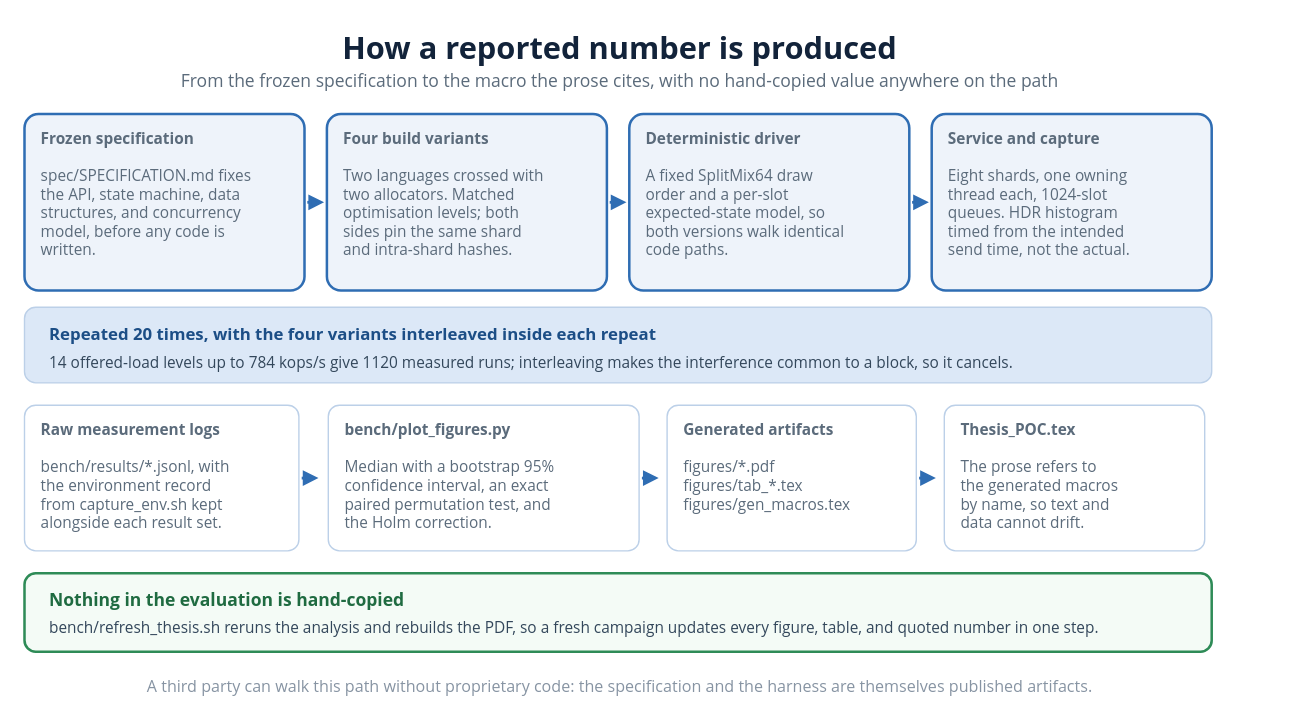
This is diagrams/20_benchmark_harness.drawio from VienThanh12/Master-Thesis, a draw.io file, before an edit. Source tidied: cells renumbered, new cells numbered last; positions are measured from the earlier drawing's top-left corner, leaving out a move shared by most shapes. Both pictures are drawn from the tidied source at 140%, with x=0, y=0 at pixel (24, 22).
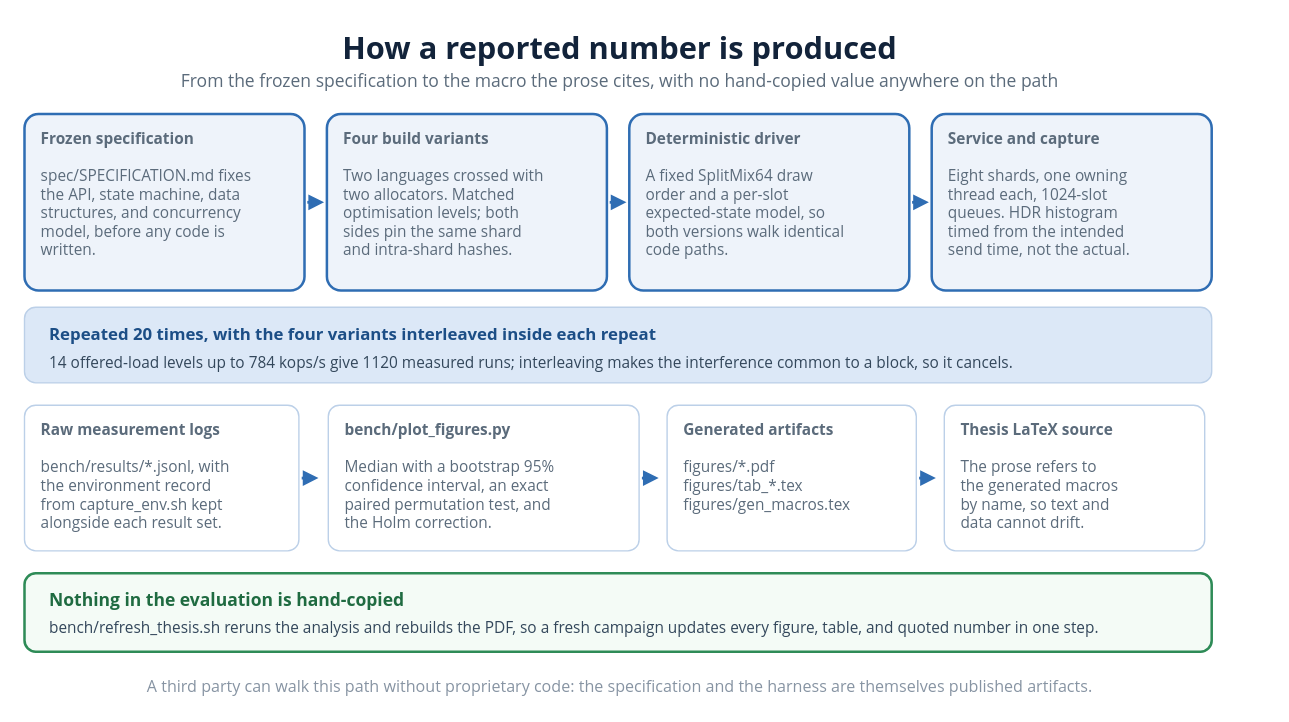
Above is the later version.

The edit, as a diff of the source:
```diff
@@
-    <mxCell id="17" value="&lt;b&gt;Thesis_POC.tex&lt;/b&gt;&lt;br&gt;&lt;br&gt;The prose refers to&lt;br&gt;the generated macros&lt;br&gt;by name, so text and&lt;br&gt;data cannot drift." style="rounded=1;whiteSpace=wrap;html=1;absoluteArcSize=1;arcSize=16;fillColor=#ffffff;strokeColor=#bcd0e8;strokeWidth=1.0;align=left;verticalAlign=top;spacingLeft=10;spacingTop=4;spacingRight=6;fontSize=11;fontColor=#5b6b7b;fontFamily=Segoe UI;" parent="1" vertex="1">
+    <mxCell id="17" value="&lt;b&gt;Thesis LaTeX source&lt;/b&gt;&lt;br&gt;&lt;br&gt;The prose refers to&lt;br&gt;the generated macros&lt;br&gt;by name, so text and&lt;br&gt;data cannot drift." style="rounded=1;whiteSpace=wrap;html=1;absoluteArcSize=1;arcSize=16;fillColor=#ffffff;strokeColor=#bcd0e8;strokeWidth=1.0;align=left;verticalAlign=top;spacingLeft=10;spacingTop=4;spacingRight=6;fontSize=11;fontColor=#5b6b7b;fontFamily=Segoe UI;" parent="1" vertex="1">
       <mxGeometry x="657" y="273" width="186" height="104" as="geometry" />
     </mxCell>
```
